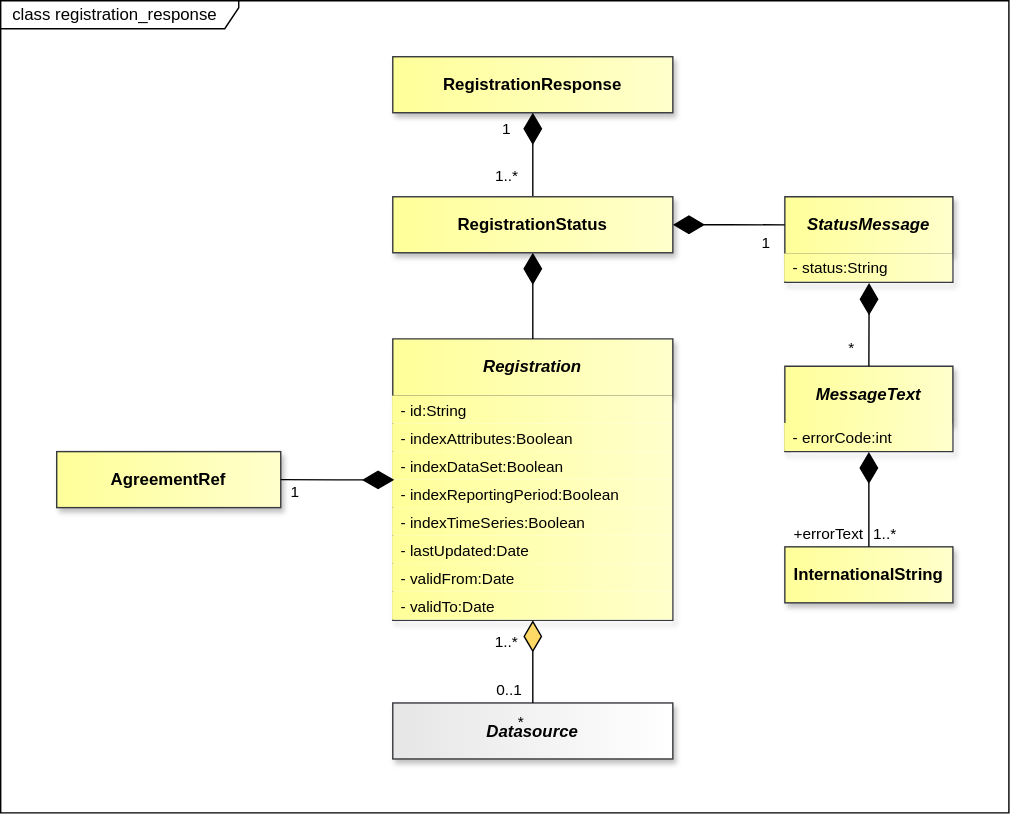
The draw.io diagram docs/logical_interfaces/media/sdmx_registry-registration_response.svg in sdmx-twg/sdmx-im, before a commit. Source tidied: cells renumbered, new cells last; positions are measured from the earlier drawing's top-left corner, leaving out a move shared by most shapes.
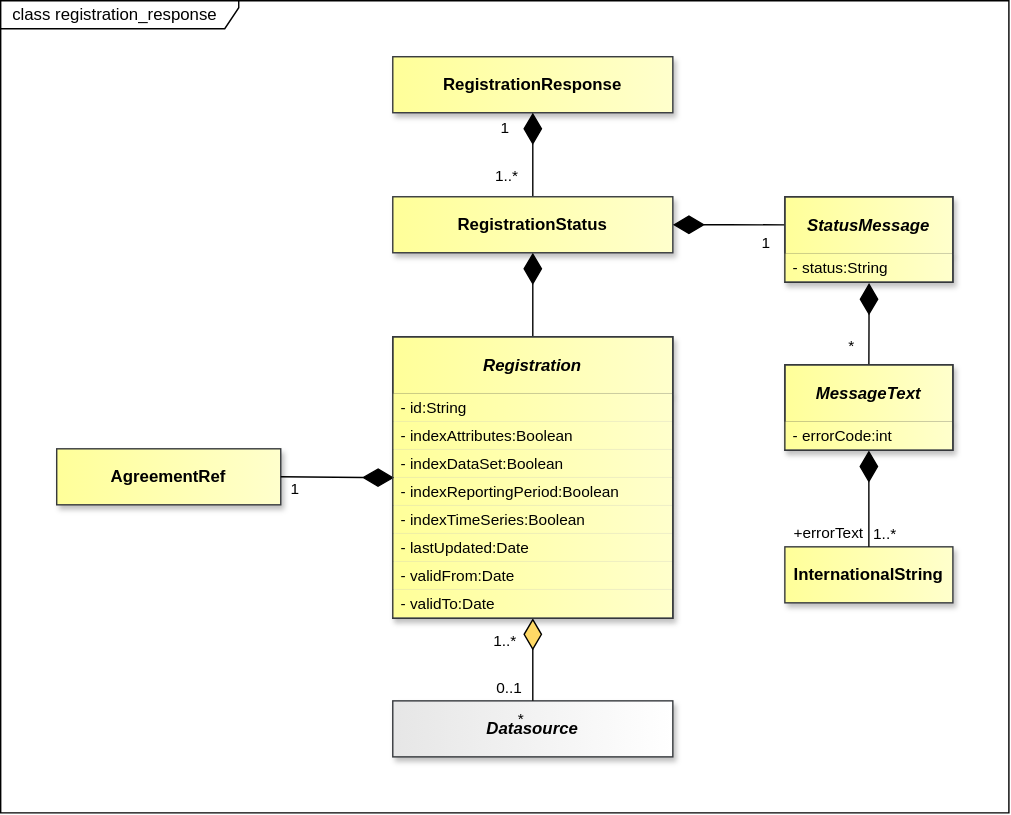
Later version of the same file.

What changed in the source:
```diff
@@ -158,44 +158,44 @@
     <mxCell id="53" value="StatusMessage" style="swimlane;fontStyle=3;align=center;verticalAlign=middle;horizontal=1;startSize=41;whiteSpace=wrap;html=1;strokeColor=#36393d;fontFamily=Helvetica;fontSize=12;fillColor=light-dark(#FFFF99,#FFFF99);gradientDirection=east;gradientColor=light-dark(#FFFFCC,#FFFFCC);fontColor=light-dark(#000000,#000000);shadow=1;" parent="1" vertex="1">
       <mxGeometry x="560" y="140" width="120" height="61" as="geometry" />
     </mxCell>
-    <mxCell id="54" value="- status:String" style="text;strokeColor=none;fillColor=light-dark(#FFFF99,#FFFF99);align=left;verticalAlign=middle;spacingLeft=4;spacingRight=4;overflow=hidden;points=[[0,0.5],[1,0.5]];portConstraint=eastwest;whiteSpace=wrap;html=1;fontFamily=Helvetica;fontSize=11;fontColor=light-dark(#000000,#000000);fontStyle=0;gradientColor=light-dark(#FFFFCC,#FFFFCC);gradientDirection=east;" parent="53" vertex="1">
+    <mxCell id="54" value="- status:String" style="text;strokeColor=none;fillColor=light-dark(#FFFF99,#FFFF99);align=left;verticalAlign=middle;spacingLeft=4;spacingRight=4;overflow=hidden;points=[[0,0.5],[1,0.5]];portConstraint=eastwest;whiteSpace=wrap;html=1;fontFamily=Helvetica;fontSize=11;fontColor=light-dark(#000000,#000000);fontStyle=0;gradientColor=light-dark(#FFFFCC,#FFFFCC);gradientDirection=east;shadow=1;" parent="53" vertex="1">
       <mxGeometry y="41" width="120" height="20" as="geometry" />
     </mxCell>
     <mxCell id="55" value="Registration" style="swimlane;fontStyle=3;align=center;verticalAlign=middle;horizontal=1;startSize=41;whiteSpace=wrap;html=1;strokeColor=#36393d;fontFamily=Helvetica;fontSize=12;fillColor=light-dark(#FFFF99,#FFFF99);gradientDirection=east;gradientColor=light-dark(#FFFFCC,#FFFFCC);fontColor=light-dark(#000000,#000000);shadow=1;" parent="1" vertex="1">
-      <mxGeometry x="280" y="241.5" width="200" height="201" as="geometry" />
+      <mxGeometry x="280" y="240" width="200" height="201" as="geometry" />
     </mxCell>
-    <mxCell id="56" value="- id:String" style="text;strokeColor=none;fillColor=light-dark(#FFFF99,#FFFF99);align=left;verticalAlign=middle;spacingLeft=4;spacingRight=4;overflow=hidden;whiteSpace=wrap;html=1;fontFamily=Helvetica;fontSize=11;fontColor=light-dark(#000000,#000000);fontStyle=0;gradientColor=light-dark(#FFFFCC,#FFFFCC);gradientDirection=east;" parent="55" vertex="1">
+    <mxCell id="56" value="- id:String" style="text;strokeColor=none;fillColor=light-dark(#FFFF99,#FFFF99);align=left;verticalAlign=middle;spacingLeft=4;spacingRight=4;overflow=hidden;whiteSpace=wrap;html=1;fontFamily=Helvetica;fontSize=11;fontColor=light-dark(#000000,#000000);fontStyle=0;gradientColor=light-dark(#FFFFCC,#FFFFCC);gradientDirection=east;shadow=1;" parent="55" vertex="1">
       <mxGeometry y="41" width="200" height="20" as="geometry" />
     </mxCell>
-    <mxCell id="57" value="- indexAttributes:Boolean" style="text;strokeColor=none;fillColor=light-dark(#FFFF99,#FFFF99);align=left;verticalAlign=middle;spacingLeft=4;spacingRight=4;overflow=hidden;whiteSpace=wrap;html=1;fontFamily=Helvetica;fontSize=11;fontColor=light-dark(#000000,#000000);fontStyle=0;gradientColor=light-dark(#FFFFCC,#FFFFCC);gradientDirection=east;" parent="55" vertex="1">
+    <mxCell id="57" value="- indexAttributes:Boolean" style="text;strokeColor=none;fillColor=light-dark(#FFFF99,#FFFF99);align=left;verticalAlign=middle;spacingLeft=4;spacingRight=4;overflow=hidden;whiteSpace=wrap;html=1;fontFamily=Helvetica;fontSize=11;fontColor=light-dark(#000000,#000000);fontStyle=0;gradientColor=light-dark(#FFFFCC,#FFFFCC);gradientDirection=east;shadow=1;" parent="55" vertex="1">
       <mxGeometry y="61" width="200" height="20" as="geometry" />
     </mxCell>
-    <mxCell id="58" value="- indexDataSet:Boolean" style="text;strokeColor=none;fillColor=light-dark(#FFFF99,#FFFF99);align=left;verticalAlign=middle;spacingLeft=4;spacingRight=4;overflow=hidden;points=[[0,0.5],[1,0.5]];portConstraint=eastwest;whiteSpace=wrap;html=1;fontFamily=Helvetica;fontSize=11;fontColor=light-dark(#000000,#000000);fontStyle=0;gradientColor=light-dark(#FFFFCC,#FFFFCC);gradientDirection=east;" parent="55" vertex="1">
+    <mxCell id="58" value="- indexDataSet:Boolean" style="text;strokeColor=none;fillColor=light-dark(#FFFF99,#FFFF99);align=left;verticalAlign=middle;spacingLeft=4;spacingRight=4;overflow=hidden;points=[[0,0.5],[1,0.5]];portConstraint=eastwest;whiteSpace=wrap;html=1;fontFamily=Helvetica;fontSize=11;fontColor=light-dark(#000000,#000000);fontStyle=0;gradientColor=light-dark(#FFFFCC,#FFFFCC);gradientDirection=east;shadow=1;" parent="55" vertex="1">
       <mxGeometry y="81" width="200" height="20" as="geometry" />
     </mxCell>
-    <mxCell id="59" value="- indexReportingPeriod:Boolean" style="text;strokeColor=none;fillColor=light-dark(#FFFF99,#FFFF99);align=left;verticalAlign=middle;spacingLeft=4;spacingRight=4;overflow=hidden;whiteSpace=wrap;html=1;fontFamily=Helvetica;fontSize=11;fontColor=light-dark(#000000,#000000);fontStyle=0;gradientColor=light-dark(#FFFFCC,#FFFFCC);gradientDirection=east;" parent="55" vertex="1">
+    <mxCell id="59" value="- indexReportingPeriod:Boolean" style="text;strokeColor=none;fillColor=light-dark(#FFFF99,#FFFF99);align=left;verticalAlign=middle;spacingLeft=4;spacingRight=4;overflow=hidden;whiteSpace=wrap;html=1;fontFamily=Helvetica;fontSize=11;fontColor=light-dark(#000000,#000000);fontStyle=0;gradientColor=light-dark(#FFFFCC,#FFFFCC);gradientDirection=east;shadow=1;" parent="55" vertex="1">
       <mxGeometry y="101" width="200" height="20" as="geometry" />
     </mxCell>
-    <mxCell id="60" value="- indexTimeSeries:Boolean" style="text;strokeColor=none;fillColor=light-dark(#FFFF99,#FFFF99);align=left;verticalAlign=middle;spacingLeft=4;spacingRight=4;overflow=hidden;whiteSpace=wrap;html=1;fontFamily=Helvetica;fontSize=11;fontColor=light-dark(#000000,#000000);fontStyle=0;gradientColor=light-dark(#FFFFCC,#FFFFCC);gradientDirection=east;" parent="55" vertex="1">
+    <mxCell id="60" value="- indexTimeSeries:Boolean" style="text;strokeColor=none;fillColor=light-dark(#FFFF99,#FFFF99);align=left;verticalAlign=middle;spacingLeft=4;spacingRight=4;overflow=hidden;whiteSpace=wrap;html=1;fontFamily=Helvetica;fontSize=11;fontColor=light-dark(#000000,#000000);fontStyle=0;gradientColor=light-dark(#FFFFCC,#FFFFCC);gradientDirection=east;shadow=1;" parent="55" vertex="1">
       <mxGeometry y="121" width="200" height="20" as="geometry" />
     </mxCell>
-    <mxCell id="61" value="- lastUpdated:Date" style="text;strokeColor=none;fillColor=light-dark(#FFFF99,#FFFF99);align=left;verticalAlign=middle;spacingLeft=4;spacingRight=4;overflow=hidden;whiteSpace=wrap;html=1;fontFamily=Helvetica;fontSize=11;fontColor=light-dark(#000000,#000000);fontStyle=0;gradientColor=light-dark(#FFFFCC,#FFFFCC);gradientDirection=east;" parent="55" vertex="1">
+    <mxCell id="61" value="- lastUpdated:Date" style="text;strokeColor=none;fillColor=light-dark(#FFFF99,#FFFF99);align=left;verticalAlign=middle;spacingLeft=4;spacingRight=4;overflow=hidden;whiteSpace=wrap;html=1;fontFamily=Helvetica;fontSize=11;fontColor=light-dark(#000000,#000000);fontStyle=0;gradientColor=light-dark(#FFFFCC,#FFFFCC);gradientDirection=east;shadow=1;" parent="55" vertex="1">
       <mxGeometry y="141" width="200" height="20" as="geometry" />
     </mxCell>
-    <mxCell id="62" value="- validFrom:Date" style="text;strokeColor=none;fillColor=light-dark(#FFFF99,#FFFF99);align=left;verticalAlign=middle;spacingLeft=4;spacingRight=4;overflow=hidden;whiteSpace=wrap;html=1;fontFamily=Helvetica;fontSize=11;fontColor=light-dark(#000000,#000000);fontStyle=0;gradientColor=light-dark(#FFFFCC,#FFFFCC);gradientDirection=east;" parent="55" vertex="1">
+    <mxCell id="62" value="- validFrom:Date" style="text;strokeColor=none;fillColor=light-dark(#FFFF99,#FFFF99);align=left;verticalAlign=middle;spacingLeft=4;spacingRight=4;overflow=hidden;whiteSpace=wrap;html=1;fontFamily=Helvetica;fontSize=11;fontColor=light-dark(#000000,#000000);fontStyle=0;gradientColor=light-dark(#FFFFCC,#FFFFCC);gradientDirection=east;shadow=1;" parent="55" vertex="1">
       <mxGeometry y="161" width="200" height="20" as="geometry" />
     </mxCell>
-    <mxCell id="63" value="- validTo:Date" style="text;strokeColor=none;fillColor=light-dark(#FFFF99,#FFFF99);align=left;verticalAlign=middle;spacingLeft=4;spacingRight=4;overflow=hidden;whiteSpace=wrap;html=1;fontFamily=Helvetica;fontSize=11;fontColor=light-dark(#000000,#000000);fontStyle=0;gradientColor=light-dark(#FFFFCC,#FFFFCC);gradientDirection=east;" parent="55" vertex="1">
+    <mxCell id="63" value="- validTo:Date" style="text;strokeColor=none;fillColor=light-dark(#FFFF99,#FFFF99);align=left;verticalAlign=middle;spacingLeft=4;spacingRight=4;overflow=hidden;whiteSpace=wrap;html=1;fontFamily=Helvetica;fontSize=11;fontColor=light-dark(#000000,#000000);fontStyle=0;gradientColor=light-dark(#FFFFCC,#FFFFCC);gradientDirection=east;shadow=1;" parent="55" vertex="1">
       <mxGeometry y="181" width="200" height="20" as="geometry" />
     </mxCell>
     <mxCell id="64" value="AgreementRef" style="whiteSpace=wrap;html=1;verticalAlign=middle;gradientDirection=east;imageVerticalAlign=top;fontStyle=1;fillColor=light-dark(#FFFF99,#FFFF99);strokeColor=#36393d;fontColor=light-dark(#000000,#000000);gradientColor=light-dark(#FFFFCC,#FFFFCC);shadow=1;" parent="1" vertex="1">
-      <mxGeometry x="40" y="322" width="160" height="40" as="geometry" />
+      <mxGeometry x="40" y="320" width="160" height="40" as="geometry" />
     </mxCell>
     <mxCell id="65" value="InternationalString" style="whiteSpace=wrap;html=1;verticalAlign=middle;gradientDirection=east;imageVerticalAlign=top;fontStyle=1;fillColor=light-dark(#FFFF99,#FFFF99);strokeColor=#36393d;fontColor=light-dark(#000000,#000000);gradientColor=light-dark(#FFFFCC,#FFFFCC);shadow=1;" parent="1" vertex="1">
       <mxGeometry x="560" y="390" width="120" height="40" as="geometry" />
     </mxCell>
     <mxCell id="66" value="Datasource" style="whiteSpace=wrap;html=1;verticalAlign=middle;gradientDirection=east;imageVerticalAlign=top;fontStyle=3;fillColor=light-dark(#E6E6E6,#E6E6E6);strokeColor=#36393d;fontColor=light-dark(#000000,#000000);gradientColor=light-dark(#FFFFFF,#FFFFFF);shadow=1;" parent="1" vertex="1">
-      <mxGeometry x="280" y="501.5" width="200" height="40" as="geometry" />
+      <mxGeometry x="280" y="500" width="200" height="40" as="geometry" />
     </mxCell>
     <mxCell id="67" style="endArrow=none;html=1;endSize=12;startArrow=diamondThin;startSize=20;startFill=1;edgeStyle=orthogonalEdgeStyle;rounded=0;exitX=0.5;exitY=1;exitDx=0;exitDy=0;endFill=0;strokeColor=light-dark(#000000,#FFFFFF);fontColor=light-dark(#000000,#FFFFFF);labelBackgroundColor=none;entryX=0.5;entryY=0;entryDx=0;entryDy=0;" parent="1" edge="1" source="52" target="75">
       <mxGeometry x="-0.3" relative="1" as="geometry" />
@@ -237,9 +237,9 @@
       <mxGeometry x="280" y="140" width="200" height="40" as="geometry" />
     </mxCell>
     <mxCell id="76" value="MessageText" style="swimlane;fontStyle=3;align=center;verticalAlign=middle;horizontal=1;startSize=41;whiteSpace=wrap;html=1;strokeColor=#36393d;fontFamily=Helvetica;fontSize=12;fillColor=light-dark(#FFFF99,#FFFF99);gradientDirection=east;gradientColor=light-dark(#FFFFCC,#FFFFCC);fontColor=light-dark(#000000,#000000);shadow=1;" parent="1" vertex="1">
-      <mxGeometry x="560" y="261" width="120" height="61" as="geometry" />
+      <mxGeometry x="560" y="260" width="120" height="61" as="geometry" />
     </mxCell>
-    <mxCell id="77" value="- errorCode:int" style="text;strokeColor=none;fillColor=light-dark(#FFFF99,#FFFF99);align=left;verticalAlign=middle;spacingLeft=4;spacingRight=4;overflow=hidden;points=[[0,0.5],[1,0.5]];portConstraint=eastwest;whiteSpace=wrap;html=1;fontFamily=Helvetica;fontSize=11;fontColor=light-dark(#000000,#000000);fontStyle=0;gradientColor=light-dark(#FFFFCC,#FFFFCC);gradientDirection=east;" parent="76" vertex="1">
+    <mxCell id="77" value="- errorCode:int" style="text;strokeColor=none;fillColor=light-dark(#FFFF99,#FFFF99);align=left;verticalAlign=middle;spacingLeft=4;spacingRight=4;overflow=hidden;points=[[0,0.5],[1,0.5]];portConstraint=eastwest;whiteSpace=wrap;html=1;fontFamily=Helvetica;fontSize=11;fontColor=light-dark(#000000,#000000);fontStyle=0;gradientColor=light-dark(#FFFFCC,#FFFFCC);gradientDirection=east;shadow=1;" parent="76" vertex="1">
       <mxGeometry y="41" width="120" height="20" as="geometry" />
     </mxCell>
     <mxCell id="78" style="endArrow=none;html=1;endSize=12;startArrow=diamondThin;startSize=20;startFill=1;edgeStyle=orthogonalEdgeStyle;rounded=0;exitX=1;exitY=0.5;exitDx=0;exitDy=0;endFill=0;strokeColor=light-dark(#000000,#FFFFFF);fontColor=light-dark(#000000,#FFFFFF);labelBackgroundColor=none;entryX=0;entryY=0.329;entryDx=0;entryDy=0;entryPerimeter=0;" parent="1" edge="1" source="75" target="53">
@@ -271,17 +271,22 @@
         <mxPoint x="-30" y="16" as="offset" />
       </mxGeometry>
     </mxCell>
-    <mxCell id="85" style="endArrow=none;html=1;endSize=12;startArrow=diamondThin;startSize=20;startFill=1;edgeStyle=orthogonalEdgeStyle;rounded=0;endFill=0;strokeColor=light-dark(#000000,#FFFFFF);fontColor=light-dark(#000000,#FFFFFF);labelBackgroundColor=none;entryX=1;entryY=0.5;entryDx=0;entryDy=0;exitX=0.005;exitY=0.984;exitDx=0;exitDy=0;exitPerimeter=0;" parent="1" edge="1" source="58" target="64">
-      <mxGeometry x="0.58" relative="1" as="geometry">
-        <Array as="points">
-          <mxPoint x="240" y="342.2" />
-        </Array>
-      </mxGeometry>
+    <mxCell id="85" style="endArrow=none;html=1;endSize=12;startArrow=diamondThin;startSize=20;startFill=1;rounded=0;endFill=0;strokeColor=light-dark(#000000,#FFFFFF);fontColor=light-dark(#000000,#FFFFFF);labelBackgroundColor=none;entryX=1;entryY=0.5;entryDx=0;entryDy=0;exitX=0.005;exitY=0.984;exitDx=0;exitDy=0;exitPerimeter=0;" parent="1" edge="1" source="58" target="64">
+      <mxGeometry x="0.58" relative="1" as="geometry" />
     </mxCell>
     <mxCell id="86" value="1" style="edgeLabel;html=1;align=center;verticalAlign=middle;defaultLabelBackgroundColor=gap;" parent="85" vertex="1">
-      <mxGeometry x="0.49" y="1" relative="1" as="geometry">
+      <mxGeometry x="0.48" y="1" relative="1" as="geometry">
         <mxPoint x="-11" y="7" as="offset" />
       </mxGeometry>
     </mxCell>
+    <mxCell id="87" style="rounded=0;whiteSpace=wrap;html=1;fillColor=none;strokeColor=#36393D;" parent="1" vertex="1">
+      <mxGeometry x="560" y="140" width="120" height="61" as="geometry" />
+    </mxCell>
+    <mxCell id="88" style="rounded=0;whiteSpace=wrap;html=1;fillColor=none;strokeColor=#36393D;" parent="1" vertex="1">
+      <mxGeometry x="560" y="260" width="120" height="61" as="geometry" />
+    </mxCell>
+    <mxCell id="89" style="rounded=0;whiteSpace=wrap;html=1;fillColor=none;strokeColor=#36393D;" parent="1" vertex="1">
+      <mxGeometry x="280" y="240" width="200" height="201" as="geometry" />
+    </mxCell>
   </root>
 </mxGraphModel>
```
